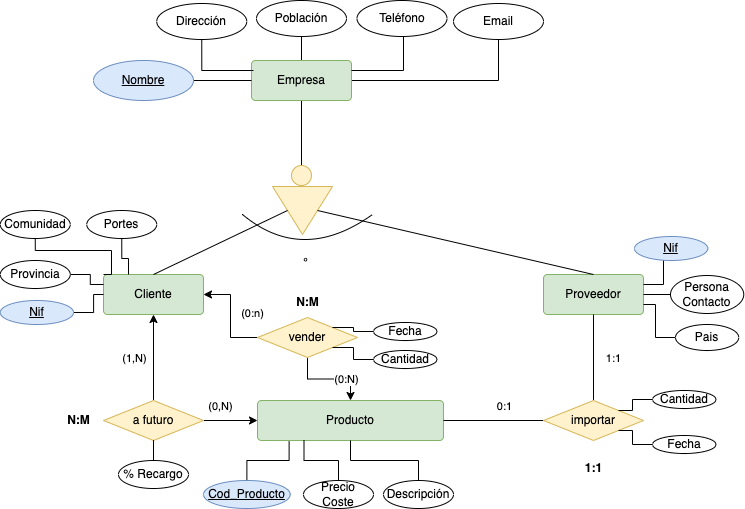
Earlier version of the draw.io export ER/img/empresa.drawio.png (MoisesALH/base-datos). Source tidied: cells renumbered, new cells last; positions are measured from the earlier drawing's top-left corner, leaving out a move shared by most shapes. Its diagram source:
```xml
<mxGraphModel>
  <root>
    <mxCell id="0" />
    <mxCell id="1" parent="0" />
    <mxCell id="2" style="edgeStyle=orthogonalEdgeStyle;rounded=0;jettySize=auto;html=1;entryX=0.5;entryY=0;entryDx=0;entryDy=0;endArrow=none;endFill=0;" parent="1" edge="1" source="5" target="9">
      <mxGeometry relative="1" as="geometry" />
    </mxCell>
    <mxCell id="3" style="edgeStyle=orthogonalEdgeStyle;rounded=0;jettySize=auto;html=1;endArrow=none;endFill=0;" parent="1" edge="1" source="5" target="15">
      <mxGeometry relative="1" as="geometry" />
    </mxCell>
    <mxCell id="4" style="edgeStyle=orthogonalEdgeStyle;rounded=0;jettySize=auto;html=1;entryX=0.5;entryY=1;entryDx=0;entryDy=0;endArrow=none;endFill=0;" parent="1" edge="1" source="5" target="16">
      <mxGeometry relative="1" as="geometry" />
    </mxCell>
    <mxCell id="5" value="Empresa" style="rounded=1;arcSize=10;whiteSpace=wrap;html=1;align=center;fillColor=#d5e8d4;strokeColor=#82b366;" parent="1" vertex="1">
      <mxGeometry x="251" y="60" width="100" height="40" as="geometry" />
    </mxCell>
    <mxCell id="6" value="Cliente" style="rounded=1;arcSize=10;whiteSpace=wrap;html=1;align=center;fillColor=#d5e8d4;strokeColor=#82b366;" parent="1" vertex="1">
      <mxGeometry x="103" y="274" width="100" height="40" as="geometry" />
    </mxCell>
    <mxCell id="7" value="Proveedor" style="rounded=1;arcSize=10;whiteSpace=wrap;html=1;align=center;fillColor=#d5e8d4;strokeColor=#82b366;" parent="1" vertex="1">
      <mxGeometry x="543" y="274" width="100" height="40" as="geometry" />
    </mxCell>
    <mxCell id="8" style="triangle;whiteSpace=wrap;html=1;rotation=90;fillColor=#fff2cc;strokeColor=#d6b656;" parent="1" vertex="1">
      <mxGeometry x="278" y="180" width="48" height="60" as="geometry" />
    </mxCell>
    <mxCell id="9" style="ellipse;whiteSpace=wrap;html=1;fillColor=#fff2cc;strokeColor=#d6b656;" parent="1" vertex="1">
      <mxGeometry x="291" y="165" width="20" height="20" as="geometry" />
    </mxCell>
    <mxCell id="10" style="endArrow=none;html=1;rounded=0;exitX=0.5;exitY=0;exitDx=0;exitDy=0;entryX=0.5;entryY=1;entryDx=0;entryDy=0;" parent="1" edge="1" source="6" target="8">
      <mxGeometry relative="1" as="geometry" />
    </mxCell>
    <mxCell id="11" style="endArrow=none;html=1;rounded=0;exitX=0.5;exitY=0;exitDx=0;exitDy=0;entryX=0.5;entryY=0;entryDx=0;entryDy=0;" parent="1" edge="1" source="7" target="8">
      <mxGeometry relative="1" as="geometry" />
    </mxCell>
    <mxCell id="12" value="º" style="endArrow=none;html=1;curved=1;" parent="1" edge="1">
      <mxGeometry relative="1" as="geometry">
        <mxPoint x="242" y="214" as="sourcePoint" />
        <mxPoint x="372" y="214" as="targetPoint" />
        <Array as="points">
          <mxPoint x="302" y="264" />
        </Array>
      </mxGeometry>
    </mxCell>
    <mxCell id="13" style="edgeStyle=orthogonalEdgeStyle;jettySize=auto;html=1;endArrow=none;endFill=0;rounded=0;exitX=0.5;exitY=1;exitDx=0;exitDy=0;" parent="1" edge="1" source="14">
      <mxGeometry relative="1" as="geometry">
        <mxPoint x="253" y="70" as="targetPoint" />
        <Array as="points">
          <mxPoint x="201" y="70" />
          <mxPoint x="251" y="70" />
        </Array>
      </mxGeometry>
    </mxCell>
    <mxCell id="14" value="Dirección" style="ellipse;whiteSpace=wrap;html=1;align=center;" parent="1" vertex="1">
      <mxGeometry x="156.2" y="3" width="90" height="36" as="geometry" />
    </mxCell>
    <mxCell id="15" value="Población" style="ellipse;whiteSpace=wrap;html=1;align=center;" parent="1" vertex="1">
      <mxGeometry x="256" width="90" height="36" as="geometry" />
    </mxCell>
    <mxCell id="16" value="Email" style="ellipse;whiteSpace=wrap;html=1;align=center;" parent="1" vertex="1">
      <mxGeometry x="453" y="3" width="90" height="36" as="geometry" />
    </mxCell>
    <mxCell id="17" style="edgeStyle=orthogonalEdgeStyle;curved=1;jettySize=auto;html=1;entryX=0;entryY=0.5;entryDx=0;entryDy=0;endArrow=none;endFill=0;" parent="1" edge="1" source="18" target="5">
      <mxGeometry relative="1" as="geometry" />
    </mxCell>
    <mxCell id="18" value="Nombre" style="ellipse;whiteSpace=wrap;html=1;align=center;fontStyle=4;fillColor=#dae8fc;strokeColor=#6c8ebf;" parent="1" vertex="1">
      <mxGeometry x="93" y="60" width="100" height="40" as="geometry" />
    </mxCell>
    <mxCell id="19" style="edgeStyle=orthogonalEdgeStyle;rounded=0;jettySize=auto;html=1;entryX=0;entryY=0.25;entryDx=0;entryDy=0;endArrow=none;endFill=0;" parent="1" edge="1" source="20" target="6">
      <mxGeometry relative="1" as="geometry" />
    </mxCell>
    <mxCell id="20" value="Provincia" style="ellipse;whiteSpace=wrap;html=1;align=center;" parent="1" vertex="1">
      <mxGeometry x="-0.2" y="260" width="70" height="28" as="geometry" />
    </mxCell>
    <mxCell id="21" style="edgeStyle=orthogonalEdgeStyle;rounded=0;jettySize=auto;html=1;entryX=1;entryY=0.25;entryDx=0;entryDy=0;endArrow=none;endFill=0;" parent="1" edge="1" source="22" target="5">
      <mxGeometry relative="1" as="geometry">
        <Array as="points">
          <mxPoint x="403" y="70" />
        </Array>
      </mxGeometry>
    </mxCell>
    <mxCell id="22" value="Teléfono" style="ellipse;whiteSpace=wrap;html=1;align=center;" parent="1" vertex="1">
      <mxGeometry x="356.5" width="90" height="36" as="geometry" />
    </mxCell>
    <mxCell id="23" style="edgeStyle=orthogonalEdgeStyle;rounded=0;jettySize=auto;html=1;entryX=0;entryY=0;entryDx=0;entryDy=0;endArrow=none;endFill=0;" parent="1" edge="1" source="24" target="6">
      <mxGeometry relative="1" as="geometry">
        <Array as="points">
          <mxPoint x="35" y="250" />
          <mxPoint x="111" y="250" />
        </Array>
      </mxGeometry>
    </mxCell>
    <mxCell id="24" value="Comunidad" style="ellipse;whiteSpace=wrap;html=1;align=center;" parent="1" vertex="1">
      <mxGeometry x="-0.2" y="210" width="70" height="28" as="geometry" />
    </mxCell>
    <mxCell id="25" style="edgeStyle=orthogonalEdgeStyle;rounded=0;jettySize=auto;html=1;entryX=0.25;entryY=0;entryDx=0;entryDy=0;endArrow=none;endFill=0;" parent="1" edge="1" source="26" target="6">
      <mxGeometry relative="1" as="geometry" />
    </mxCell>
    <mxCell id="26" value="Portes" style="ellipse;whiteSpace=wrap;html=1;align=center;" parent="1" vertex="1">
      <mxGeometry x="86.2" y="210" width="70" height="28" as="geometry" />
    </mxCell>
    <mxCell id="27" style="edgeStyle=orthogonalEdgeStyle;rounded=0;jettySize=auto;html=1;entryX=0;entryY=0.5;entryDx=0;entryDy=0;endArrow=none;endFill=0;" parent="1" edge="1" source="28" target="6">
      <mxGeometry relative="1" as="geometry" />
    </mxCell>
    <mxCell id="28" value="Nif" style="ellipse;whiteSpace=wrap;html=1;align=center;fontStyle=4;fillColor=#dae8fc;strokeColor=#6c8ebf;" parent="1" vertex="1">
      <mxGeometry x="-0.2" y="300" width="73.2" height="24" as="geometry" />
    </mxCell>
    <mxCell id="29" style="edgeStyle=orthogonalEdgeStyle;rounded=0;jettySize=auto;html=1;entryX=1;entryY=0.5;entryDx=0;entryDy=0;endArrow=none;endFill=0;" parent="1" edge="1" source="30" target="7">
      <mxGeometry relative="1" as="geometry" />
    </mxCell>
    <mxCell id="30" value="Persona Contacto" style="ellipse;whiteSpace=wrap;html=1;align=center;" parent="1" vertex="1">
      <mxGeometry x="670" y="275" width="73.2" height="38" as="geometry" />
    </mxCell>
    <mxCell id="31" style="edgeStyle=orthogonalEdgeStyle;rounded=0;jettySize=auto;html=1;entryX=1;entryY=0.25;entryDx=0;entryDy=0;endArrow=none;endFill=0;" parent="1" edge="1" target="7">
      <mxGeometry relative="1" as="geometry">
        <mxPoint x="683" y="248" as="sourcePoint" />
      </mxGeometry>
    </mxCell>
    <mxCell id="32" value="Nif" style="ellipse;whiteSpace=wrap;html=1;align=center;fontStyle=4;fillColor=#dae8fc;strokeColor=#6c8ebf;" parent="1" vertex="1">
      <mxGeometry x="634" y="236" width="73.2" height="24" as="geometry" />
    </mxCell>
    <mxCell id="33" style="edgeStyle=orthogonalEdgeStyle;rounded=0;jettySize=auto;html=1;entryX=1;entryY=0.75;entryDx=0;entryDy=0;endArrow=none;endFill=0;" parent="1" edge="1" source="34" target="7">
      <mxGeometry relative="1" as="geometry" />
    </mxCell>
    <mxCell id="34" value="Pais" style="ellipse;whiteSpace=wrap;html=1;align=center;" parent="1" vertex="1">
      <mxGeometry x="675" y="324" width="63.2" height="26" as="geometry" />
    </mxCell>
    <mxCell id="35" style="edgeStyle=orthogonalEdgeStyle;rounded=0;jettySize=auto;html=1;entryX=1;entryY=0.5;entryDx=0;entryDy=0;endArrow=none;endFill=0;startArrow=classic;startFill=1;" parent="1" edge="1" source="39" target="45">
      <mxGeometry relative="1" as="geometry" />
    </mxCell>
    <mxCell id="36" value="(0,N)" style="edgeLabel;html=1;align=center;verticalAlign=middle;" parent="35" vertex="1">
      <mxGeometry x="0.4" y="-1" relative="1" as="geometry">
        <mxPoint y="-14" as="offset" />
      </mxGeometry>
    </mxCell>
    <mxCell id="37" style="edgeStyle=orthogonalEdgeStyle;rounded=0;jettySize=auto;html=1;endArrow=none;endFill=0;startArrow=classic;startFill=1;" parent="1" edge="1" source="39" target="42">
      <mxGeometry relative="1" as="geometry" />
    </mxCell>
    <mxCell id="38" value="(0:N)" style="edgeLabel;html=1;align=center;verticalAlign=middle;" parent="37" vertex="1">
      <mxGeometry x="0.05" relative="1" as="geometry">
        <mxPoint x="19" as="offset" />
      </mxGeometry>
    </mxCell>
    <mxCell id="39" value="Producto" style="rounded=1;arcSize=10;whiteSpace=wrap;html=1;align=center;fillColor=#d5e8d4;strokeColor=#82b366;" parent="1" vertex="1">
      <mxGeometry x="257" y="400" width="186" height="40" as="geometry" />
    </mxCell>
    <mxCell id="40" style="edgeStyle=orthogonalEdgeStyle;rounded=0;jettySize=auto;html=1;endArrow=classic;endFill=1;entryX=1;entryY=0.5;entryDx=0;entryDy=0;" parent="1" edge="1" source="42" target="6">
      <mxGeometry relative="1" as="geometry" />
    </mxCell>
    <mxCell id="41" value="(0:n)" style="edgeLabel;html=1;align=center;verticalAlign=middle;" parent="40" vertex="1">
      <mxGeometry x="-0.02" relative="1" as="geometry">
        <mxPoint x="21" y="-4" as="offset" />
      </mxGeometry>
    </mxCell>
    <mxCell id="42" value="vender" style="shape=rhombus;perimeter=rhombusPerimeter;whiteSpace=wrap;html=1;align=center;fillColor=#fff2cc;strokeColor=#d6b656;" parent="1" vertex="1">
      <mxGeometry x="257" y="317" width="100" height="40" as="geometry" />
    </mxCell>
    <mxCell id="43" style="edgeStyle=orthogonalEdgeStyle;rounded=0;jettySize=auto;html=1;endArrow=classic;endFill=1;" parent="1" edge="1" source="45" target="6">
      <mxGeometry relative="1" as="geometry" />
    </mxCell>
    <mxCell id="44" value="(1,N)" style="edgeLabel;html=1;align=center;verticalAlign=middle;" parent="43" vertex="1">
      <mxGeometry x="0.08" y="-2" relative="1" as="geometry">
        <mxPoint x="-22" y="4" as="offset" />
      </mxGeometry>
    </mxCell>
    <mxCell id="45" value="a futuro" style="shape=rhombus;perimeter=rhombusPerimeter;whiteSpace=wrap;html=1;align=center;fillColor=#fff2cc;strokeColor=#d6b656;" parent="1" vertex="1">
      <mxGeometry x="103" y="400" width="100" height="40" as="geometry" />
    </mxCell>
    <mxCell id="46" style="edgeStyle=orthogonalEdgeStyle;rounded=0;jettySize=auto;html=1;endArrow=none;endFill=0;" parent="1" edge="1" source="50" target="7">
      <mxGeometry relative="1" as="geometry" />
    </mxCell>
    <mxCell id="47" value="1:1" style="edgeLabel;html=1;align=center;verticalAlign=middle;" parent="46" vertex="1">
      <mxGeometry x="0.02" y="2" relative="1" as="geometry">
        <mxPoint x="21" y="1" as="offset" />
      </mxGeometry>
    </mxCell>
    <mxCell id="48" style="edgeStyle=orthogonalEdgeStyle;rounded=0;jettySize=auto;html=1;endArrow=none;endFill=0;" parent="1" edge="1" source="50" target="39">
      <mxGeometry relative="1" as="geometry" />
    </mxCell>
    <mxCell id="49" value="0:1" style="edgeLabel;html=1;align=center;verticalAlign=middle;" parent="48" vertex="1">
      <mxGeometry x="-0.39" y="-2" relative="1" as="geometry">
        <mxPoint x="-10" y="-13" as="offset" />
      </mxGeometry>
    </mxCell>
    <mxCell id="50" value="importar" style="shape=rhombus;perimeter=rhombusPerimeter;whiteSpace=wrap;html=1;align=center;fillColor=#fff2cc;strokeColor=#d6b656;" parent="1" vertex="1">
      <mxGeometry x="543" y="400" width="100" height="40" as="geometry" />
    </mxCell>
    <mxCell id="51" value="&lt;b&gt;N:M&lt;/b&gt;" style="text;html=1;align=center;verticalAlign=middle;strokeColor=none;fillColor=none;" parent="1" vertex="1">
      <mxGeometry x="282" y="287" width="50" height="30" as="geometry" />
    </mxCell>
    <mxCell id="52" value="&lt;b&gt;N:M&lt;/b&gt;" style="text;html=1;align=center;verticalAlign=middle;strokeColor=none;fillColor=none;" parent="1" vertex="1">
      <mxGeometry x="53" y="405" width="50" height="30" as="geometry" />
    </mxCell>
    <mxCell id="53" style="edgeStyle=orthogonalEdgeStyle;rounded=0;jettySize=auto;html=1;entryX=0.5;entryY=1;entryDx=0;entryDy=0;startArrow=none;startFill=0;endArrow=none;endFill=0;" parent="1" edge="1" source="54" target="45">
      <mxGeometry relative="1" as="geometry" />
    </mxCell>
    <mxCell id="54" value="% Recargo" style="ellipse;whiteSpace=wrap;html=1;align=center;" parent="1" vertex="1">
      <mxGeometry x="118" y="460" width="70" height="28" as="geometry" />
    </mxCell>
    <mxCell id="55" style="edgeStyle=orthogonalEdgeStyle;rounded=0;jettySize=auto;html=1;entryX=0.17;entryY=1.025;entryDx=0;entryDy=0;startArrow=none;startFill=0;endArrow=none;endFill=0;entryPerimeter=0;" parent="1" edge="1" source="56" target="39">
      <mxGeometry relative="1" as="geometry" />
    </mxCell>
    <mxCell id="56" value="Cod_Producto" style="ellipse;whiteSpace=wrap;html=1;align=center;fontStyle=4;fillColor=#dae8fc;strokeColor=#6c8ebf;" parent="1" vertex="1">
      <mxGeometry x="203" y="480" width="86.8" height="28" as="geometry" />
    </mxCell>
    <mxCell id="57" style="edgeStyle=orthogonalEdgeStyle;rounded=0;jettySize=auto;html=1;entryX=0.25;entryY=1;entryDx=0;entryDy=0;startArrow=none;startFill=0;endArrow=none;endFill=0;" parent="1" edge="1" source="58" target="39">
      <mxGeometry relative="1" as="geometry" />
    </mxCell>
    <mxCell id="58" value="Precio Coste" style="ellipse;whiteSpace=wrap;html=1;align=center;" parent="1" vertex="1">
      <mxGeometry x="303" y="480" width="70" height="28" as="geometry" />
    </mxCell>
    <mxCell id="59" style="edgeStyle=orthogonalEdgeStyle;rounded=0;jettySize=auto;html=1;entryX=0.5;entryY=1;entryDx=0;entryDy=0;startArrow=none;startFill=0;endArrow=none;endFill=0;" parent="1" edge="1" source="60" target="39">
      <mxGeometry relative="1" as="geometry" />
    </mxCell>
    <mxCell id="60" value="Descripción" style="ellipse;whiteSpace=wrap;html=1;align=center;" parent="1" vertex="1">
      <mxGeometry x="383" y="480" width="70" height="28" as="geometry" />
    </mxCell>
    <mxCell id="61" style="edgeStyle=orthogonalEdgeStyle;rounded=0;jettySize=auto;html=1;entryX=1;entryY=0;entryDx=0;entryDy=0;startArrow=none;startFill=0;endArrow=none;endFill=0;" parent="1" edge="1" source="62" target="42">
      <mxGeometry relative="1" as="geometry" />
    </mxCell>
    <mxCell id="62" value="Fecha" style="ellipse;whiteSpace=wrap;html=1;align=center;" parent="1" vertex="1">
      <mxGeometry x="373" y="322" width="63.5" height="18" as="geometry" />
    </mxCell>
    <mxCell id="63" style="edgeStyle=orthogonalEdgeStyle;rounded=0;jettySize=auto;html=1;entryX=1;entryY=1;entryDx=0;entryDy=0;startArrow=none;startFill=0;endArrow=none;endFill=0;" parent="1" edge="1" source="64" target="42">
      <mxGeometry relative="1" as="geometry" />
    </mxCell>
    <mxCell id="64" value="Cantidad" style="ellipse;whiteSpace=wrap;html=1;align=center;" parent="1" vertex="1">
      <mxGeometry x="373" y="350" width="63.5" height="18" as="geometry" />
    </mxCell>
    <mxCell id="65" style="edgeStyle=orthogonalEdgeStyle;rounded=0;jettySize=auto;html=1;entryX=1;entryY=0;entryDx=0;entryDy=0;startArrow=none;startFill=0;endArrow=none;endFill=0;" parent="1" edge="1" source="66" target="50">
      <mxGeometry relative="1" as="geometry" />
    </mxCell>
    <mxCell id="66" value="Cantidad" style="ellipse;whiteSpace=wrap;html=1;align=center;" parent="1" vertex="1">
      <mxGeometry x="652" y="390" width="63.5" height="18" as="geometry" />
    </mxCell>
    <mxCell id="67" style="edgeStyle=orthogonalEdgeStyle;rounded=0;jettySize=auto;html=1;entryX=1;entryY=1;entryDx=0;entryDy=0;startArrow=none;startFill=0;endArrow=none;endFill=0;" parent="1" edge="1" source="68" target="50">
      <mxGeometry relative="1" as="geometry" />
    </mxCell>
    <mxCell id="68" value="Fecha" style="ellipse;whiteSpace=wrap;html=1;align=center;" parent="1" vertex="1">
      <mxGeometry x="652" y="435" width="63.5" height="18" as="geometry" />
    </mxCell>
    <mxCell id="69" value="&lt;b&gt;1:1&lt;/b&gt;" style="text;html=1;align=center;verticalAlign=middle;strokeColor=none;fillColor=none;" parent="1" vertex="1">
      <mxGeometry x="573" y="453" width="40" height="30" as="geometry" />
    </mxCell>
  </root>
</mxGraphModel>
```
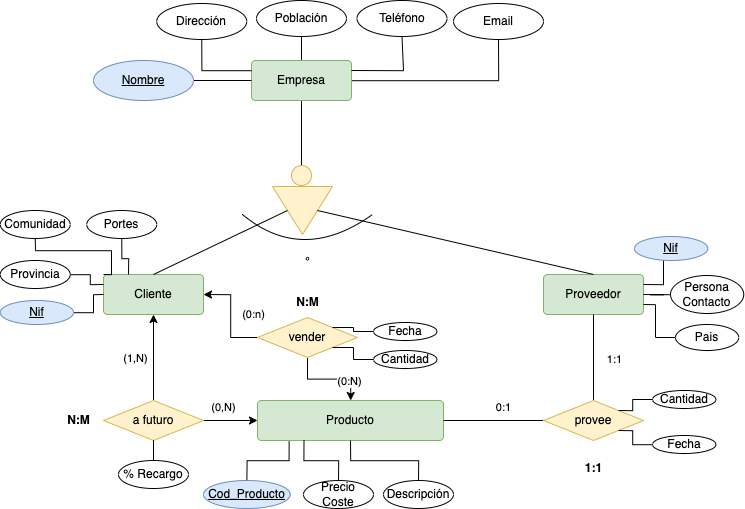
Later version of the same file.

Change to the diagram source:
```diff
@@ -181,7 +181,7 @@
         <mxPoint x="-10" y="-13" as="offset" />
       </mxGeometry>
     </mxCell>
-    <mxCell id="50" value="importar" style="shape=rhombus;perimeter=rhombusPerimeter;whiteSpace=wrap;html=1;align=center;fillColor=#fff2cc;strokeColor=#d6b656;" parent="1" vertex="1">
+    <mxCell id="50" value="provee" style="shape=rhombus;perimeter=rhombusPerimeter;whiteSpace=wrap;html=1;align=center;fillColor=#fff2cc;strokeColor=#d6b656;" parent="1" vertex="1">
       <mxGeometry x="543" y="400" width="100" height="40" as="geometry" />
     </mxCell>
     <mxCell id="51" value="&lt;b&gt;N:M&lt;/b&gt;" style="text;html=1;align=center;verticalAlign=middle;strokeColor=none;fillColor=none;" parent="1" vertex="1">
```
